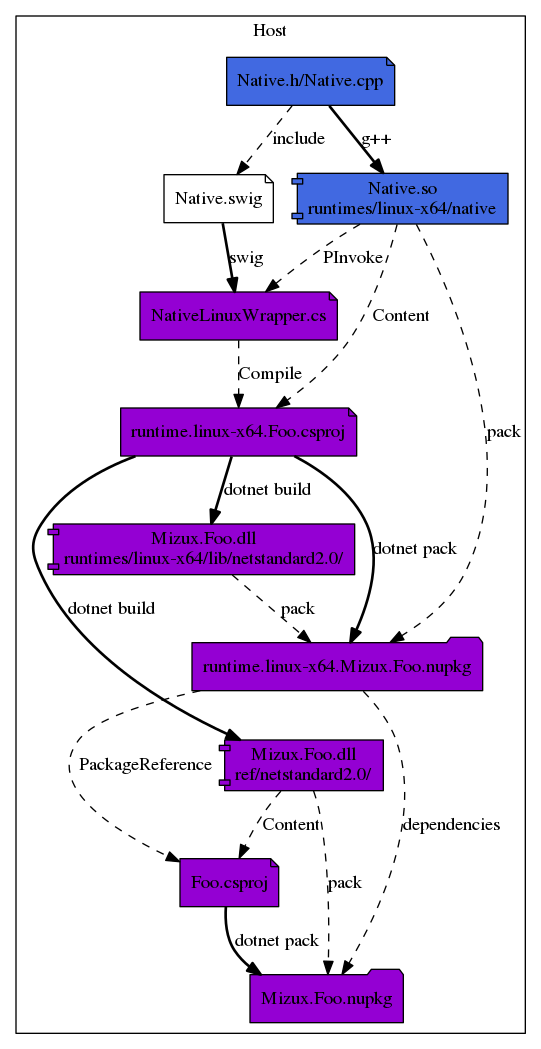
Earlier version of the Graphviz export doc/local_pipeline.png (Mizux/dotnet-native). Its source is kept beside it as doc/local_pipeline.dot.
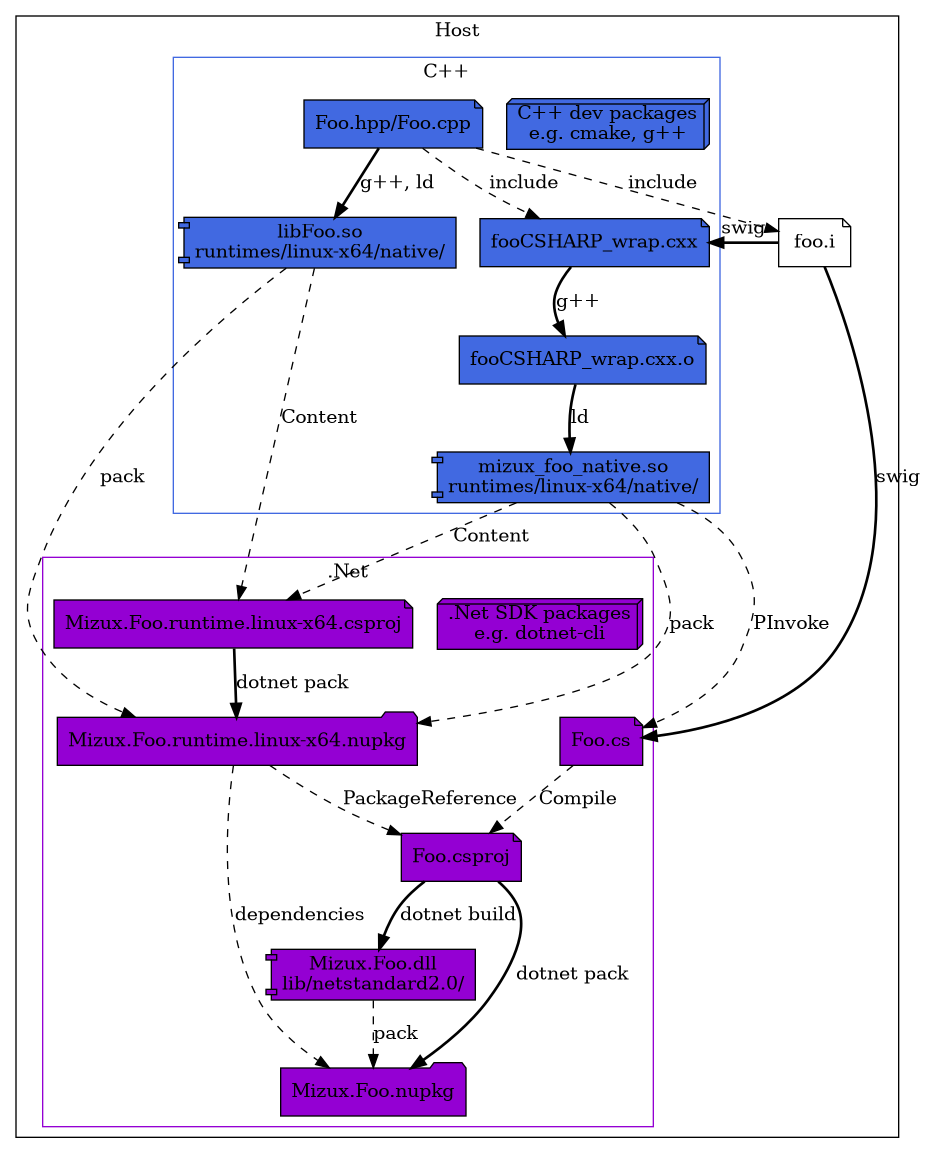
Later version of the same file.

Commit message:
doc: Update local_pipeline diagram

The edit, as a diff of the source:
```diff
@@ -1,46 +1,67 @@
 @startdot
-digraph Make {
+digraph CMake {
   rankdir=TD;
   subgraph clusterLinux {
     color=black;
     label = "Host";
     node [shape=note, style="rounded,filled", color=black, fillcolor=royalblue];
-    CPP [label="Native.h/Native.cpp"];
-    SWIG [label="Native.swig", fillcolor=white];
-    CPP -> SWIG [label="include", style=dashed];
+    SWIG [label="foo.i", fillcolor=white];
 
+  subgraph clusterCPP {
+    node [shape=note, style="rounded,filled", color=black, fillcolor=royalblue];
+    PKG [label="C++ dev packages\ne.g. cmake, g++", shape=box3d];
+    CPP [label="Foo.hpp/Foo.cpp"];
+    LIB [label="libFoo.so\nruntimes/linux-x64/native/", shape=component];
+
+    WRAPPER_CPP [label="fooCSHARP_wrap.cxx"];
+    WRAPPER_OBJ [label="fooCSHARP_wrap.cxx.o"];
+    WRAPPER_LIB [label="mizux_foo_native.so\nruntimes/linux-x64/native/", shape=component];
+
+    CPP -> WRAPPER_CPP [label="include", style=dashed]
+    CPP -> LIB [label="g++, ld", style=bold];
+    WRAPPER_CPP -> WRAPPER_OBJ [label="g++", style=bold];
+    WRAPPER_OBJ -> WRAPPER_LIB [label="ld", style=bold];
+
+
+    color=royalblue;
+    label = "C++";
+  }
+
+  subgraph clusterCS {
     node [shape=note, style="rounded,filled", color=black, fillcolor=darkviolet];
-    LINUX_LIB [label="Native.so\nruntimes/linux-x64/native", shape=component, fillcolor=royalblue];
-    LINUX_CS [label="NativeLinuxWrapper.cs"];
-    LINUX_CSPROJ [label="runtime.linux-x64.Foo.csproj"];
-    LINUX_DLL [label="Mizux.Foo.dll\nruntimes/linux-x64/lib/netstandard2.0/", shape=component];
-    LINUX_NUPKG [label="runtime.linux-x64.Mizux.Foo.nupkg", shape=folder];
+    DOTNET_PKG [label=".Net SDK packages\ne.g. dotnet-cli", shape=box3d, fillcolor=darkviolet];
+    RUNTIME_CSPROJ [label="Mizux.Foo.runtime.linux-x64.csproj"];
+    RUNTIME_NUPKG [label="Mizux.Foo.runtime.linux-x64.nupkg", shape=folder];
 
-    LINUX_LIB -> LINUX_CS [label="PInvoke", style=dashed];
-    LINUX_CS -> LINUX_CSPROJ [label="Compile", style=dashed];
-    LINUX_LIB -> LINUX_CSPROJ [label="Content", style=dashed];
-    LINUX_CSPROJ -> LINUX_DLL [label="dotnet build", style=bold];
-    LINUX_LIB -> LINUX_NUPKG [label="pack", style=dashed];
-    LINUX_DLL -> LINUX_NUPKG [label="pack", style=dashed];
-    LINUX_CSPROJ -> LINUX_NUPKG [label="dotnet pack", style=bold];
+    RUNTIME_CSPROJ -> RUNTIME_NUPKG [label="dotnet pack", style=bold];
 
-    SWIG -> LINUX_CS [label="swig", style=bold];
-    CPP -> LINUX_LIB [label="g++", style=bold];
-
-    node [shape=note, style="rounded,filled", color=black, fillcolor=darkviolet];
-    FOO_REF [label="Mizux.Foo.dll\nref/netstandard2.0/", shape=component];
+    FOO_CS [label="Foo.cs"];
     FOO_CSPROJ [label="Foo.csproj"];
+    FOO_DLL [label="Mizux.Foo.dll\nlib/netstandard2.0/", shape=component];
     FOO_NUPKG [label="Mizux.Foo.nupkg", shape=folder];
 
-    LINUX_CSPROJ -> FOO_REF [label="dotnet build", style=bold];
-    FOO_REF -> FOO_CSPROJ [label="Content", style=dashed];
+    FOO_CS -> FOO_CSPROJ [label="Compile", style=dashed];
+    FOO_CSPROJ -> FOO_DLL [label="dotnet build", style=bold];
+    FOO_DLL -> FOO_NUPKG [label="pack", style=dashed];
     FOO_CSPROJ -> FOO_NUPKG [label="dotnet pack", style=bold];
-    LINUX_NUPKG -> FOO_NUPKG [label="dependencies", style=dashed];
-    FOO_REF -> FOO_NUPKG [label="pack", style=dashed];
-    LINUX_NUPKG -> FOO_CSPROJ [label="PackageReference", style=dashed];
 
-    #SWIG -> LINUX_LIB [arrowhead=none, style=invisible];
-    LINUX_NUPKG -> FOO_REF [arrowhead=none, style=invisible];
+    RUNTIME_NUPKG -> FOO_NUPKG [label="dependencies", style=dashed];
+    RUNTIME_NUPKG -> FOO_CSPROJ [label="PackageReference", style=dashed];
+
+
+    color=darkviolet;
+    label = ".Net";
+  }
+
+  CPP -> SWIG [label="include", style=dashed];
+  SWIG -> FOO_CS [label="swig", style=bold];
+  SWIG -> WRAPPER_CPP [label="swig", style=bold];
+
+  LIB -> RUNTIME_CSPROJ [label="Content", style=dashed];
+  LIB -> RUNTIME_NUPKG [label="pack", style=dashed];
+  WRAPPER_LIB -> RUNTIME_CSPROJ [label="Content", style=dashed];
+  WRAPPER_LIB -> FOO_CS [label="PInvoke", style=dashed];
+  WRAPPER_LIB -> RUNTIME_NUPKG [label="pack", style=dashed];
   }
 }
 @enddot
```
